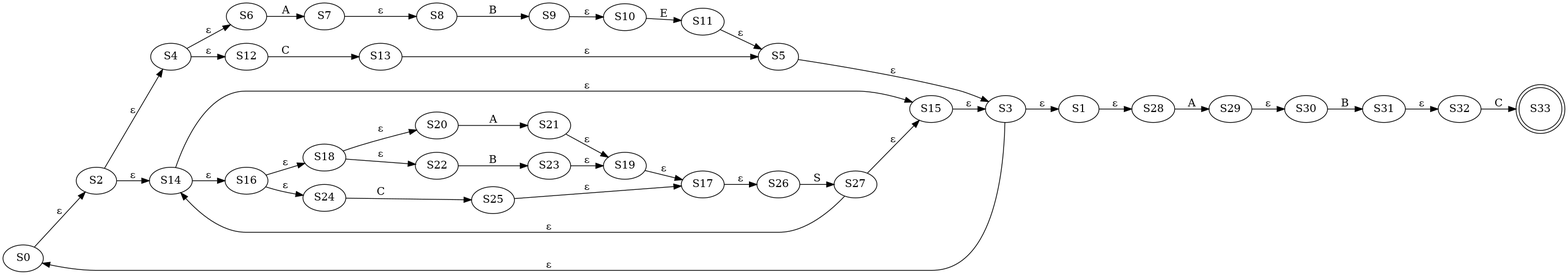
Above: regex_to_min_dfa/Digraph.gv.png in Mamdouh-Attia/regex_NFA_DFA_generator (Graphviz), before the change. Its source is kept beside it as regex_to_min_dfa/Digraph.gv.
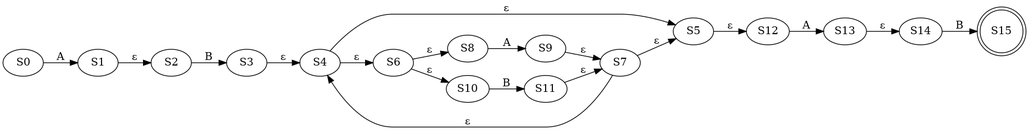
Later version of the same file.

Diff of the diagram source:
```diff
@@ -15,63 +15,23 @@
 	S12
 	S13
 	S14
-	S15
-	S16
-	S17
-	S18
-	S19
-	S20
-	S21
-	S22
-	S23
-	S24
-	S25
-	S26
-	S27
-	S28
-	S29
-	S30
-	S31
-	S32
-	S33 [shape=doublecircle]
-	S0 -> S2 [label="ε"]
-	S1 -> S28 [label="ε"]
-	S2 -> S4 [label="ε"]
-	S2 -> S14 [label="ε"]
-	S3 -> S1 [label="ε"]
-	S3 -> S0 [label="ε"]
+	S15 [shape=doublecircle]
+	S0 -> S1 [label=A]
+	S1 -> S2 [label="ε"]
+	S2 -> S3 [label=B]
+	S3 -> S4 [label="ε"]
 	S4 -> S6 [label="ε"]
-	S4 -> S12 [label="ε"]
-	S5 -> S3 [label="ε"]
-	S6 -> S7 [label=A]
-	S7 -> S8 [label="ε"]
-	S8 -> S9 [label=B]
-	S9 -> S10 [label="ε"]
-	S10 -> S11 [label=E]
-	S11 -> S5 [label="ε"]
-	S12 -> S13 [label=C]
-	S13 -> S5 [label="ε"]
-	S14 -> S16 [label="ε"]
-	S14 -> S15 [label="ε"]
-	S15 -> S3 [label="ε"]
-	S16 -> S18 [label="ε"]
-	S16 -> S24 [label="ε"]
-	S17 -> S26 [label="ε"]
-	S18 -> S20 [label="ε"]
-	S18 -> S22 [label="ε"]
-	S19 -> S17 [label="ε"]
-	S20 -> S21 [label=A]
-	S21 -> S19 [label="ε"]
-	S22 -> S23 [label=B]
-	S23 -> S19 [label="ε"]
-	S24 -> S25 [label=C]
-	S25 -> S17 [label="ε"]
-	S26 -> S27 [label=S]
-	S27 -> S14 [label="ε"]
-	S27 -> S15 [label="ε"]
-	S28 -> S29 [label=A]
-	S29 -> S30 [label="ε"]
-	S30 -> S31 [label=B]
-	S31 -> S32 [label="ε"]
-	S32 -> S33 [label=C]
+	S4 -> S5 [label="ε"]
+	S5 -> S12 [label="ε"]
+	S6 -> S8 [label="ε"]
+	S6 -> S10 [label="ε"]
+	S7 -> S4 [label="ε"]
+	S7 -> S5 [label="ε"]
+	S8 -> S9 [label=A]
+	S9 -> S7 [label="ε"]
+	S10 -> S11 [label=B]
+	S11 -> S7 [label="ε"]
+	S12 -> S13 [label=A]
+	S13 -> S14 [label="ε"]
+	S14 -> S15 [label=B]
 }
```
